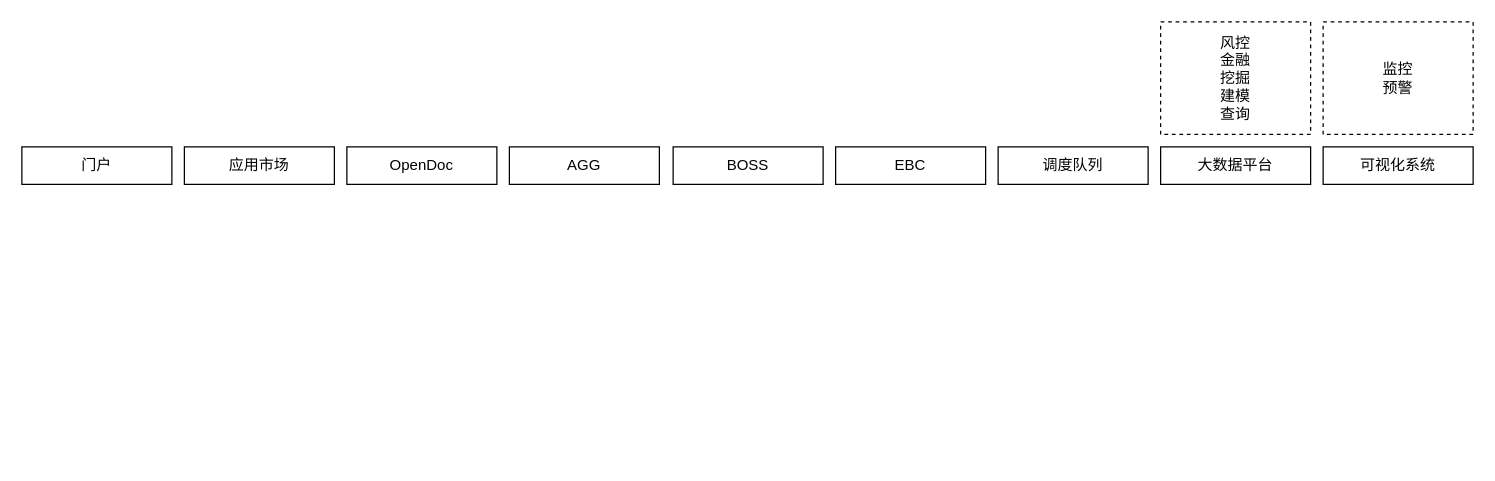
Above: 基于Boss系统的基础框架.drawio in xingzhihe/hello-world (draw.io), before the change. Source tidied: cells renumbered, new cells numbered last; positions are measured from the earlier drawing's top-left corner, leaving out a move shared by most shapes. Both pictures are drawn from the tidied source at 125%, with x=0, y=0 at pixel (21, 21).
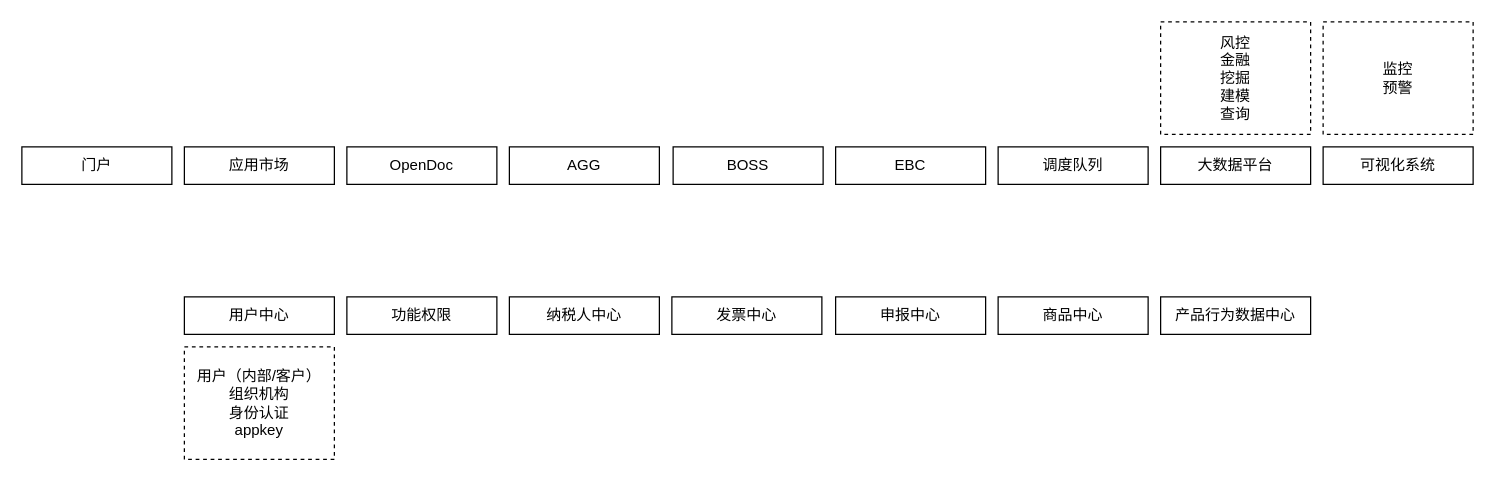
The same diagram, later.

Commit message (it also covers changes not shown here):
更新基于Boss系统的基础框架.drawio

The edit, as a diff of the source:
```diff
@@
+    <mxCell id="13" value="用户中心" style="rounded=0;whiteSpace=wrap;html=1;" parent="1" vertex="1">
+      <mxGeometry x="130" y="220" width="120" height="30" as="geometry" />
+    </mxCell>
+    <mxCell id="14" value="功能权限" style="rounded=0;whiteSpace=wrap;html=1;" parent="1" vertex="1">
+      <mxGeometry x="260" y="220" width="120" height="30" as="geometry" />
+    </mxCell>
+    <mxCell id="15" value="纳税人中心" style="rounded=0;whiteSpace=wrap;html=1;" parent="1" vertex="1">
+      <mxGeometry x="390" y="220" width="120" height="30" as="geometry" />
+    </mxCell>
+    <mxCell id="16" value="发票中心" style="rounded=0;whiteSpace=wrap;html=1;" parent="1" vertex="1">
+      <mxGeometry x="520" y="220" width="120" height="30" as="geometry" />
+    </mxCell>
+    <mxCell id="17" value="申报中心" style="rounded=0;whiteSpace=wrap;html=1;" parent="1" vertex="1">
+      <mxGeometry x="651" y="220" width="120" height="30" as="geometry" />
+    </mxCell>
+    <mxCell id="18" value="商品中心" style="rounded=0;whiteSpace=wrap;html=1;" parent="1" vertex="1">
+      <mxGeometry x="781" y="220" width="120" height="30" as="geometry" />
+    </mxCell>
+    <mxCell id="19" value="产品行为数据中心" style="rounded=0;whiteSpace=wrap;html=1;" parent="1" vertex="1">
+      <mxGeometry x="911" y="220" width="120" height="30" as="geometry" />
+    </mxCell>
+    <mxCell id="20" value="用户（内部/客户）&lt;br&gt;组织机构&lt;br&gt;身份认证&lt;br&gt;appkey" style="rounded=0;whiteSpace=wrap;html=1;dashed=1;" parent="1" vertex="1">
+      <mxGeometry x="130" y="260" width="120" height="90" as="geometry" />
+    </mxCell>
```
